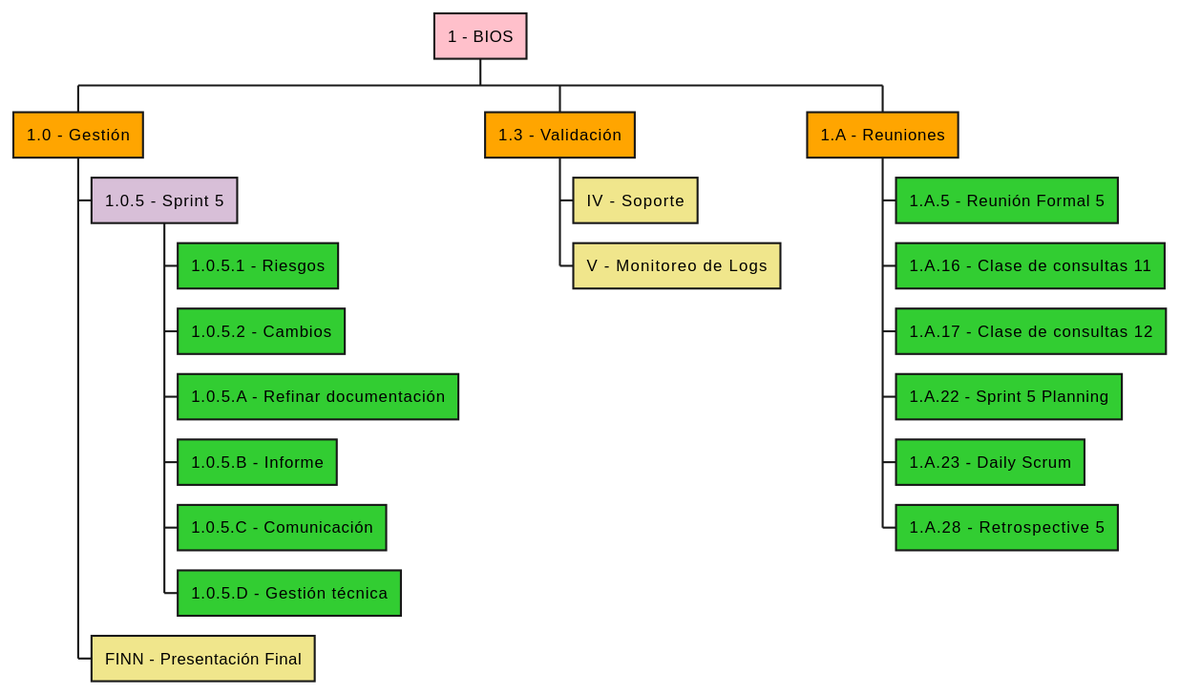
This is gestion/sprint-5/wbs-s5.svg from xebertz/tp-principal-grupo-0-lcs, a PlantUML export, as it was before one commit. Source of this version:
```plantuml
@startwbs BIOS
<style>
wbsDiagram {
    .pink{
        BackgroundColor Pink
    };
    .orange{
        BackgroundColor Orange
    };
    .violet{
        BackgroundColor Thistle
    };
    .blue{
        BackgroundColor SkyBlue
    };
    .green{
        BackgroundColor LimeGreen
    };
    .new {
        BackgroundColor Khaki
    }
};
</style>

* 1 - BIOS <<pink>>

** 1.0 - Gestión <<orange>>

*** 1.0.5 - Sprint 5 <<violet>>
**** 1.0.5.1 - Riesgos <<green>>
**** 1.0.5.2 - Cambios <<green>>
**** 1.0.5.A - Refinar documentación <<green>>
**** 1.0.5.B - Informe <<green>>
**** 1.0.5.C - Comunicación <<green>>
**** 1.0.5.D - Gestión técnica <<green>>

*** FINN - Presentación Final <<new>>

** 1.3 - Validación <<orange>>
*** IV - Soporte <<new>>
*** V - Monitoreo de Logs <<new>>

** 1.A - Reuniones <<orange>>
*** 1.A.5 - Reunión Formal 5 <<green>>
*** 1.A.16 - Clase de consultas 11 <<green>>
*** 1.A.17 - Clase de consultas 12 <<green>>
*** 1.A.22 - Sprint 5 Planning <<green>>
*** 1.A.23 - Daily Scrum <<green>>
*** 1.A.28 - Retrospective 5 <<green>>
@endwbs
```
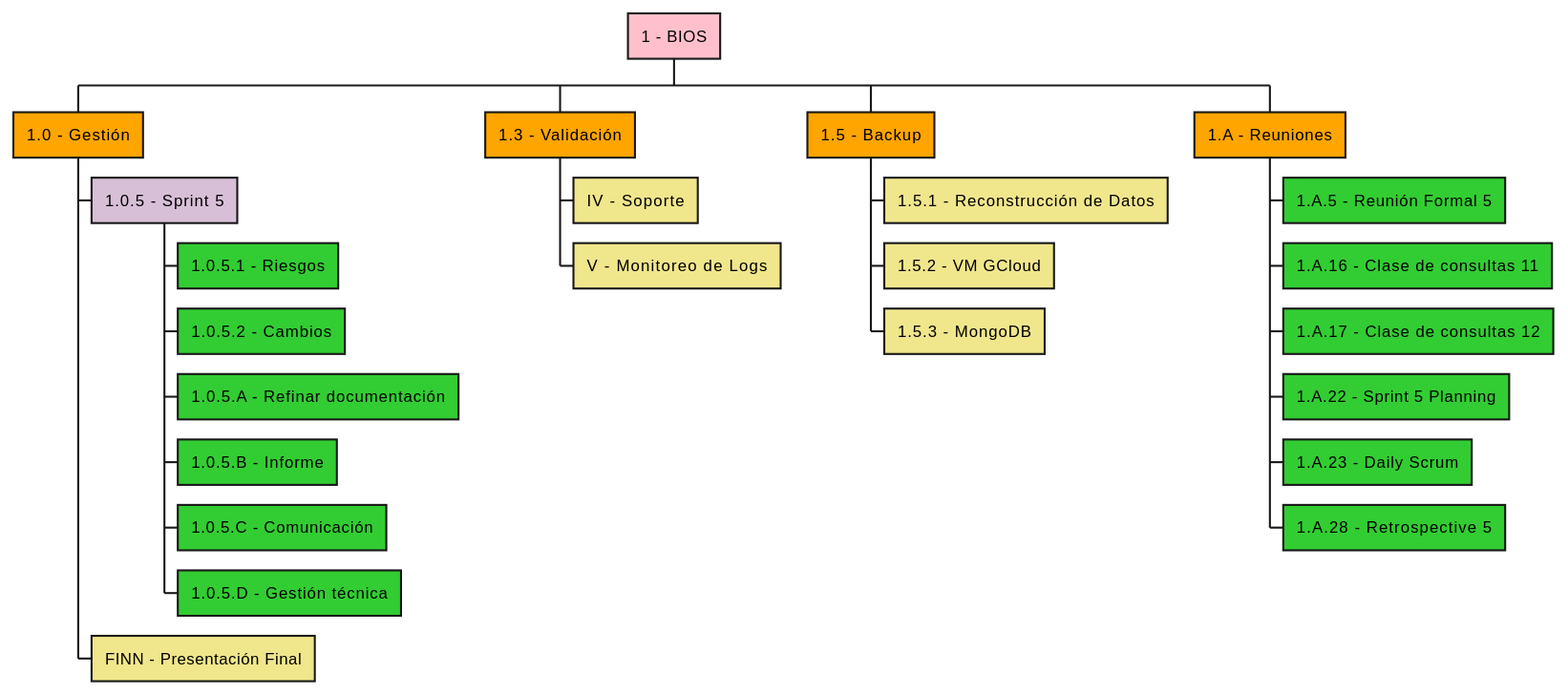
After the commit.

What changed in the source:
```diff
@@ -25,7 +25,6 @@
 * 1 - BIOS <<pink>>
 
 ** 1.0 - Gestión <<orange>>
-
 *** 1.0.5 - Sprint 5 <<violet>>
 **** 1.0.5.1 - Riesgos <<green>>
 **** 1.0.5.2 - Cambios <<green>>
@@ -40,11 +39,20 @@
 *** IV - Soporte <<new>>
 *** V - Monitoreo de Logs <<new>>
 
+** 1.5 - Backup <<orange>>
+*** 1.5.1 - Reconstrucción de Datos <<new>>
+*** 1.5.2 - VM GCloud <<new>>
+*** 1.5.3 - MongoDB <<new>>
+
 ** 1.A - Reuniones <<orange>>
+
 *** 1.A.5 - Reunión Formal 5 <<green>>
+
 *** 1.A.16 - Clase de consultas 11 <<green>>
 *** 1.A.17 - Clase de consultas 12 <<green>>
+
 *** 1.A.22 - Sprint 5 Planning <<green>>
 *** 1.A.23 - Daily Scrum <<green>>
+
 *** 1.A.28 - Retrospective 5 <<green>>
 @endwbs
```
